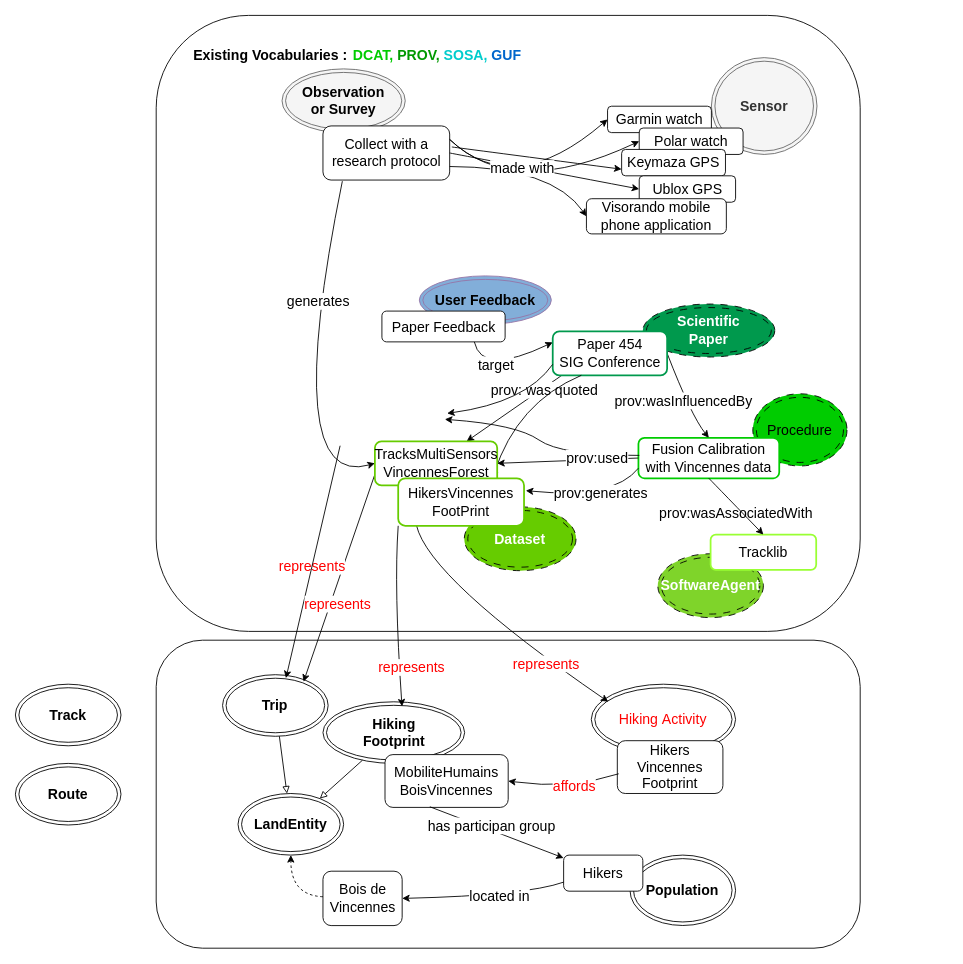
This is page "Schéma 2 article" (3 of 3) of docs/diagrams/model_KG.drawio from IntForOut/outdoorPressure, a draw.io file, before an edit. Source tidied: cells renumbered, new cells numbered last; positions are measured from the earlier drawing's top-left corner, leaving out a move shared by most shapes. Both pictures are drawn from the tidied source at 88%, with x=0, y=0 at pixel (15, 15).
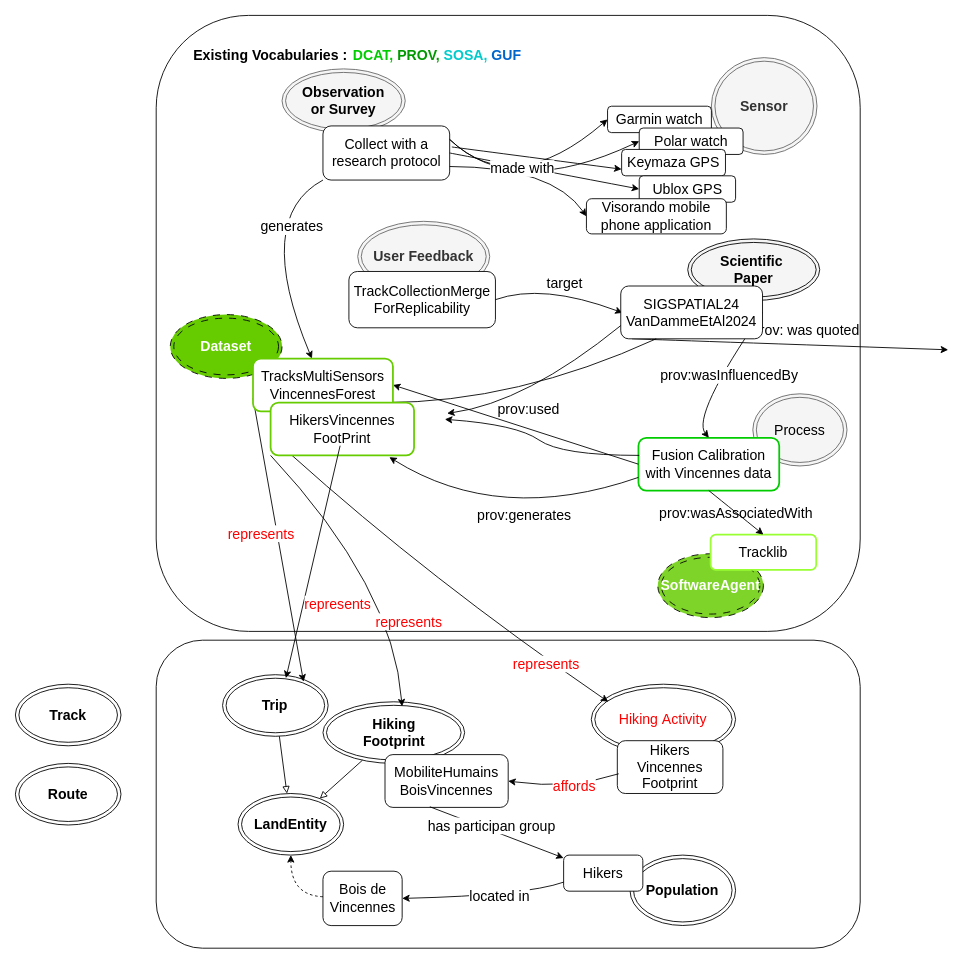
The same diagram, later.

Commit message:
Mettre à jour model_KG.drawio

Unchanged cells that the change refers to:
```xml
<mxCell id="17" value="&lt;font&gt;Collect with a research protocol&lt;/font&gt;" style="rounded=1;whiteSpace=wrap;html=1;strokeWidth=1;strokeColor=#000000;fontSize=16;" parent="1" vertex="1">
  <mxGeometry x="349.5" y="125.6" width="144" height="61.5" as="geometry" />
</mxCell>
```

Change to the diagram source:
```diff
@@
-    <mxCell id="7" value="&lt;font&gt;&lt;b&gt;User Feedback&lt;/b&gt;&lt;/font&gt;" style="ellipse;shape=doubleEllipse;whiteSpace=wrap;html=1;fontSize=16;fillColor=#82AED9;strokeColor=#9673a6;" parent="1" vertex="1">
-      <mxGeometry x="459" y="296" width="150" height="55.1" as="geometry" />
+    <mxCell id="7" value="&lt;font&gt;&lt;b&gt;User Feedback&lt;/b&gt;&lt;/font&gt;" style="ellipse;shape=doubleEllipse;whiteSpace=wrap;html=1;fontSize=16;fillColor=#f5f5f5;strokeColor=#666666;fontColor=#333333;" parent="1" vertex="1">
+      <mxGeometry x="389" y="234" width="150" height="80" as="geometry" />
     </mxCell>
     <mxCell id="8" value="&lt;font style=&quot;color: rgb(255, 255, 255);&quot;&gt;&lt;b&gt;Dataset&lt;/b&gt;&lt;/font&gt;" style="ellipse;shape=doubleEllipse;whiteSpace=wrap;html=1;fontSize=16;fillColor=#66CC00;strokeColor=default;dashed=1;dashPattern=8 8;" parent="1" vertex="1">
-      <mxGeometry x="510.1" y="558.5" width="127" height="72.5" as="geometry" />
+      <mxGeometry x="176" y="340" width="127" height="72.5" as="geometry" />
     </mxCell>
-    <mxCell id="9" value="&lt;font style=&quot;color: rgb(255, 255, 255);&quot;&gt;&lt;span style=&quot;color: rgb(0, 204, 0);&quot;&gt;&lt;font&gt;&lt;span style=&quot;color: rgb(0, 0, 0);&quot;&gt;Procedure&lt;/span&gt;&lt;/font&gt;&lt;/span&gt;&lt;/font&gt;" style="ellipse;shape=doubleEllipse;whiteSpace=wrap;html=1;fontSize=16;fillColor=#00CC00;dashed=1;dashPattern=8 8;" parent="1" vertex="1">
+    <mxCell id="9" value="&lt;span style=&quot;color: rgb(0, 0, 0);&quot;&gt;Process&lt;/span&gt;" style="ellipse;shape=doubleEllipse;whiteSpace=wrap;html=1;fontSize=16;fillColor=#f5f5f5;fontColor=#333333;strokeColor=#666666;" parent="1" vertex="1">
       <mxGeometry x="838" y="430" width="107" height="82" as="geometry" />
     </mxCell>
-    <mxCell id="10" value="&lt;div&gt;&lt;font style=&quot;color: rgb(255, 255, 255);&quot;&gt;&lt;b&gt;Scientific&lt;/b&gt;&lt;/font&gt;&lt;/div&gt;&lt;div&gt;&lt;font style=&quot;color: rgb(255, 255, 255);&quot;&gt;&lt;b&gt;Paper&lt;/b&gt;&lt;/font&gt;&lt;/div&gt;" style="ellipse;shape=doubleEllipse;whiteSpace=wrap;html=1;fontSize=16;dashed=1;dashPattern=8 8;fillColor=#00994D;" parent="1" vertex="1">
-      <mxGeometry x="713" y="328" width="150" height="60.2" as="geometry" />
+    <mxCell id="10" value="&lt;div&gt;&lt;font style=&quot;color: rgb(0, 0, 0);&quot;&gt;&lt;b&gt;Scientific&amp;nbsp;&lt;/b&gt;&lt;/font&gt;&lt;/div&gt;&lt;div&gt;&lt;font style=&quot;color: rgb(0, 0, 0);&quot;&gt;&lt;b&gt;Paper&lt;/b&gt;&lt;/font&gt;&lt;/div&gt;" style="ellipse;shape=doubleEllipse;whiteSpace=wrap;html=1;fontSize=16;fillColor=#f5f5f5;fontColor=#333333;strokeColor=#000000;" parent="1" vertex="1">
+      <mxGeometry x="764" y="254" width="150" height="70" as="geometry" />
     </mxCell>
@@
     <mxCell id="12" value="&lt;div&gt;&lt;font&gt;Fusion Calibration&lt;/font&gt;&lt;/div&gt;&lt;div&gt;&lt;font&gt;with Vincennes data&lt;/font&gt;&lt;/div&gt;" style="rounded=1;whiteSpace=wrap;html=1;strokeColor=#00CC00;strokeWidth=2;fontSize=16;" parent="1" vertex="1">
-      <mxGeometry x="708" y="480" width="160" height="46" as="geometry" />
+      <mxGeometry x="708" y="480" width="160" height="60" as="geometry" />
     </mxCell>
@@
-    <mxCell id="16" value="&lt;font&gt;Paper Feedback&lt;/font&gt;" style="rounded=1;whiteSpace=wrap;html=1;fontSize=16;" parent="1" vertex="1">
-      <mxGeometry x="416.5" y="336" width="140" height="35" as="geometry" />
+    <mxCell id="16" value="&lt;div&gt;TrackCollectionMerge&lt;/div&gt;&lt;div&gt;ForReplicability&lt;/div&gt;" style="rounded=1;whiteSpace=wrap;html=1;fontSize=16;" parent="1" vertex="1">
+      <mxGeometry x="379" y="291" width="166.5" height="64" as="geometry" />
     </mxCell>
@@
-    <mxCell id="18" style="endArrow=classic;html=1;rounded=0;exitX=0.153;exitY=1.021;exitDx=0;exitDy=0;entryX=0;entryY=0.5;entryDx=0;entryDy=0;curved=1;fontSize=16;exitPerimeter=0;" parent="1" edge="1" source="17" target="60">
+    <mxCell id="18" style="endArrow=classic;html=1;rounded=0;exitX=0;exitY=1;exitDx=0;exitDy=0;curved=1;fontSize=16;" parent="1" edge="1" source="17" target="60">
       <mxGeometry relative="1" as="geometry">
         <Array as="points">
-          <mxPoint x="300" y="540" />
+          <mxPoint x="270" y="230" />
         </Array>
       </mxGeometry>
     </mxCell>
     <mxCell id="19" value="&lt;font&gt;generates&lt;/font&gt;" style="edgeLabel;html=1;align=center;verticalAlign=middle;fontSize=16;" parent="18" vertex="1">
       <mxGeometry x="0.18" y="-1" relative="1" as="geometry">
-        <mxPoint x="28" y="-136" as="offset" />
+        <mxPoint x="19" y="-51" as="offset" />
       </mxGeometry>
     </mxCell>
@@
-    <mxCell id="28" style="endArrow=classic;html=1;rounded=0;exitX=0.75;exitY=1;exitDx=0;exitDy=0;entryX=0;entryY=0.25;entryDx=0;entryDy=0;fontSize=16;curved=1;" parent="1" edge="1" source="16" target="36">
+    <mxCell id="28" style="endArrow=classic;html=1;rounded=0;exitX=1;exitY=0.5;exitDx=0;exitDy=0;fontSize=16;curved=1;" parent="1" edge="1" source="16">
       <mxGeometry relative="1" as="geometry">
+        <mxPoint x="690" y="338" as="targetPoint" />
         <Array as="points">
-          <mxPoint x="530" y="410" />
+          <mxPoint x="599" y="304" />
         </Array>
       </mxGeometry>
     </mxCell>
     <mxCell id="29" value="&lt;font&gt;target&lt;/font&gt;" style="edgeLabel;html=1;align=center;verticalAlign=middle;fontSize=16;" parent="28" vertex="1">
       <mxGeometry x="-0.26" y="1" relative="1" as="geometry">
-        <mxPoint x="9" y="-9" as="offset" />
+        <mxPoint x="24" as="offset" />
       </mxGeometry>
     </mxCell>
@@
-    <mxCell id="32" style="endArrow=classic;html=1;rounded=0;curved=1;exitX=0;exitY=0.75;exitDx=0;exitDy=0;fontSize=16;" parent="1" edge="1" source="12">
+    <mxCell id="32" style="endArrow=classic;html=1;rounded=0;curved=1;exitX=0;exitY=0.75;exitDx=0;exitDy=0;fontSize=16;entryX=0.828;entryY=1.033;entryDx=0;entryDy=0;entryPerimeter=0;" parent="1" edge="1" source="12" target="64">
       <mxGeometry relative="1" as="geometry">
-        <mxPoint x="580" y="540" as="targetPoint" />
         <Array as="points">
-          <mxPoint x="680" y="550" />
+          <mxPoint x="550" y="580" />
         </Array>
       </mxGeometry>
     </mxCell>
@@
-    <mxCell id="34" style="endArrow=classic;html=1;rounded=0;entryX=0.75;entryY=0;entryDx=0;entryDy=0;exitX=0.08;exitY=1;exitDx=0;exitDy=0;curved=1;exitPerimeter=0;fontSize=16;" parent="1" edge="1" source="36" target="60">
-      <mxGeometry relative="1" as="geometry" />
+    <mxCell id="34" style="endArrow=classic;html=1;rounded=0;exitX=0.08;exitY=1;exitDx=0;exitDy=0;curved=1;exitPerimeter=0;fontSize=16;" parent="1" edge="1" source="36">
+      <mxGeometry relative="1" as="geometry">
+        <mxPoint x="1060" y="380" as="targetPoint" />
+      </mxGeometry>
     </mxCell>
@@
-    <mxCell id="36" value="&lt;div&gt;&lt;font&gt;Paper 454&lt;/font&gt;&lt;/div&gt;&lt;div&gt;&lt;font&gt;SIG Conference&lt;/font&gt;&lt;/div&gt;" style="rounded=1;whiteSpace=wrap;html=1;strokeColor=#00994D;strokeWidth=2;fontSize=16;" parent="1" vertex="1">
-      <mxGeometry x="610.6" y="359" width="130" height="50" as="geometry" />
+    <mxCell id="36" value="&lt;div&gt;SIGSPATIAL24&lt;/div&gt;&lt;div&gt;VanDammeEtAl2024&lt;/div&gt;" style="rounded=1;whiteSpace=wrap;html=1;strokeColor=#000000;strokeWidth=1;fontSize=16;" parent="1" vertex="1">
+      <mxGeometry x="687.9" y="307.5" width="161.1" height="60" as="geometry" />
     </mxCell>
@@
     <mxCell id="60" value="&lt;div&gt;&lt;font&gt;TracksMultiSensors&lt;/font&gt;&lt;/div&gt;&lt;div&gt;&lt;font&gt;VincennesForest&lt;/font&gt;&lt;/div&gt;" style="rounded=1;whiteSpace=wrap;html=1;strokeColor=#66CC00;strokeWidth=2;fontSize=16;" parent="1" vertex="1">
-      <mxGeometry x="408.5" y="484" width="139" height="50" as="geometry" />
+      <mxGeometry x="270" y="390" width="159" height="60" as="geometry" />
     </mxCell>
@@
     <mxCell id="64" value="&lt;div&gt;&lt;font&gt;HikersVincennes&lt;/font&gt;&lt;/div&gt;&lt;div&gt;&lt;font&gt;FootPrint&lt;/font&gt;&lt;/div&gt;" style="rounded=1;whiteSpace=wrap;html=1;strokeColor=#66CC00;strokeWidth=2;fontSize=16;" parent="1" vertex="1">
-      <mxGeometry x="435" y="526" width="143" height="54" as="geometry" />
+      <mxGeometry x="290" y="440" width="163" height="60" as="geometry" />
     </mxCell>
```
